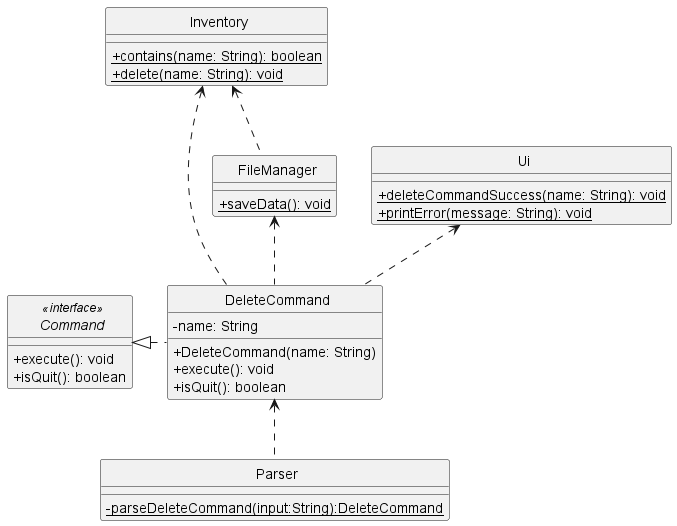
Before: docs/uml-diagrams/DeleteCommandClass.png, a diagram exported from PlantUML (rismm/tp).
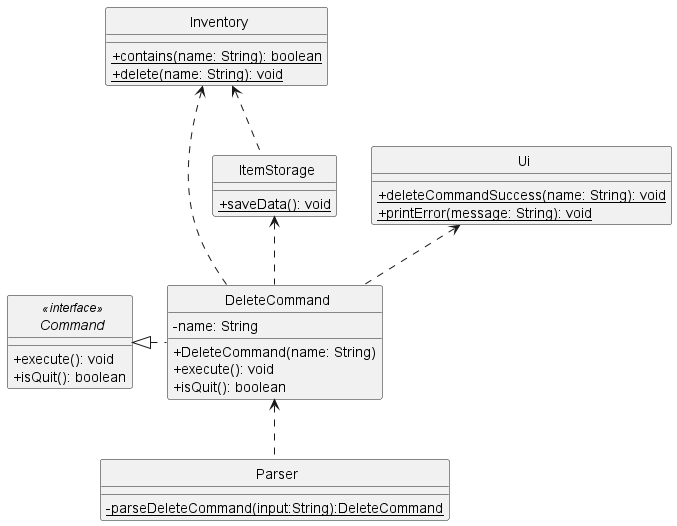
Later version of the same file.

The edit, as a diff of the source:
```diff
@@ -5,15 +5,15 @@
 
 abstract class Command
 class Inventory
-class FileManager
+class ItemStorage
 class Ui
 class Parser
 class DeleteCommand
 
 Command <|. DeleteCommand
 Inventory <.. DeleteCommand
-FileManager <.. DeleteCommand
-Inventory <.. FileManager
+ItemStorage <.. DeleteCommand
+Inventory <.. ItemStorage
 DeleteCommand <.. Parser
 Ui <.. DeleteCommand
 
@@ -34,7 +34,7 @@
     {static} + delete(name: String): void
 }
 
-class FileManager {
+class ItemStorage {
     {static} + saveData(): void
 }
 
```
